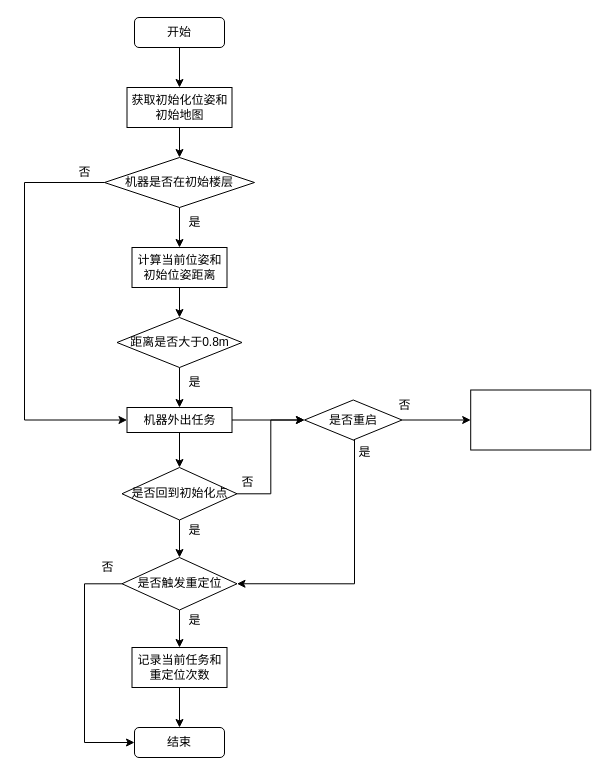
Above: page "重定位统计" (17 of 17) of localization.drawio in lyfa007/picgo (draw.io), before the change. Source tidied: cells renumbered, new cells numbered last; positions are measured from the earlier drawing's top-left corner, leaving out a move shared by most shapes. Both pictures are drawn from the tidied source at 100%, with x=0, y=0 at pixel (24, 17).
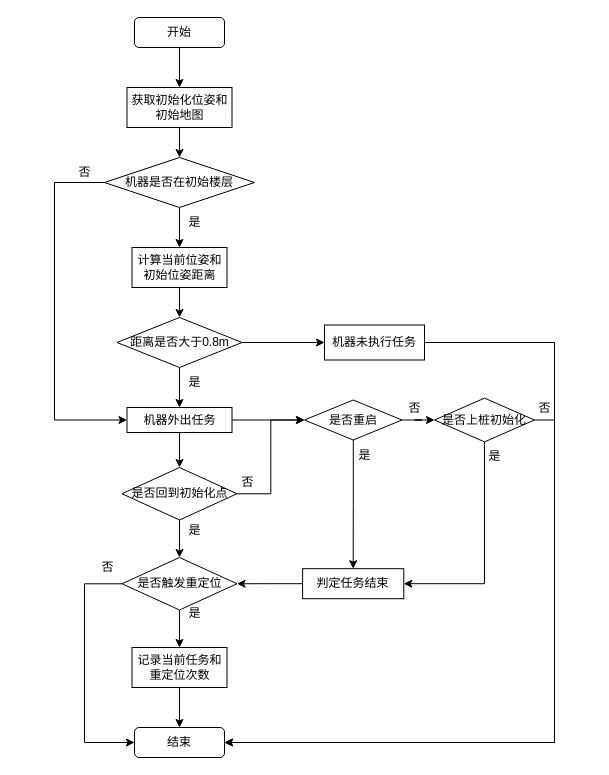
The same diagram, later.

The change refers to these unchanged cells:
```xml
<mxCell id="4" value="结束" style="rounded=1;whiteSpace=wrap;html=1;" parent="1" vertex="1">
  <mxGeometry x="110" y="710" width="90" height="30" as="geometry" />
</mxCell>
<mxCell id="9" value="机器是否在初始楼层" style="rhombus;whiteSpace=wrap;html=1;rounded=0;" parent="1" vertex="1">
  <mxGeometry x="80" y="140" width="150" height="50" as="geometry" />
</mxCell>
<mxCell id="13" value="距离是否大于0.8m" style="rhombus;whiteSpace=wrap;html=1;rounded=0;" parent="1" vertex="1">
  <mxGeometry x="92.5" y="300" width="125" height="50" as="geometry" />
</mxCell>
<mxCell id="17" value="机器外出任务" style="whiteSpace=wrap;html=1;rounded=0;" parent="1" vertex="1">
  <mxGeometry x="102.5" y="390" width="105" height="25" as="geometry" />
</mxCell>
<mxCell id="22" value="是否触发重定位" style="rhombus;whiteSpace=wrap;html=1;rounded=0;" parent="1" vertex="1">
  <mxGeometry x="97.5" y="540" width="115" height="52.5" as="geometry" />
</mxCell>
<mxCell id="33" value="是否重启" style="rhombus;whiteSpace=wrap;html=1;rounded=0;" parent="1" vertex="1">
  <mxGeometry x="280" y="382.5" width="97.5" height="40" as="geometry" />
</mxCell>
```

What changed in the source:
```diff
@@
     <mxCell id="8" style="edgeStyle=orthogonalEdgeStyle;rounded=0;jettySize=auto;html=1;entryX=0;entryY=0.5;entryDx=0;entryDy=0;" parent="1" edge="1" source="9" target="17">
       <mxGeometry relative="1" as="geometry">
         <Array as="points">
-          <mxPoint y="165" />
-          <mxPoint y="403" />
+          <mxPoint x="30" y="165" />
+          <mxPoint x="30" y="403" />
         </Array>
       </mxGeometry>
     </mxCell>
@@
+    <mxCell id="38" style="edgeStyle=orthogonalEdgeStyle;rounded=0;jettySize=auto;html=1;" parent="1" edge="1" source="13" target="49">
+      <mxGeometry relative="1" as="geometry" />
+    </mxCell>
@@
     <mxCell id="29" value="是" style="text;html=1;align=center;verticalAlign=middle;strokeColor=none;fillColor=none;" parent="1" vertex="1">
-      <mxGeometry x="150" y="588" width="40" height="30" as="geometry" />
+      <mxGeometry x="150" y="581.2" width="40" height="30" as="geometry" />
     </mxCell>
@@
-    <mxCell id="31" style="edgeStyle=orthogonalEdgeStyle;rounded=0;jettySize=auto;html=1;entryX=1;entryY=0.5;entryDx=0;entryDy=0;exitX=0.5;exitY=1;exitDx=0;exitDy=0;" parent="1" edge="1" source="33" target="22">
-      <mxGeometry relative="1" as="geometry">
-        <Array as="points">
-          <mxPoint x="330" y="423" />
-          <mxPoint x="330" y="566" />
-        </Array>
-      </mxGeometry>
-    </mxCell>
-    <mxCell id="32" style="edgeStyle=orthogonalEdgeStyle;rounded=0;jettySize=auto;html=1;" parent="1" edge="1" source="33" target="36">
-      <mxGeometry relative="1" as="geometry" />
-    </mxCell>
+    <mxCell id="39" style="edgeStyle=orthogonalEdgeStyle;rounded=0;jettySize=auto;html=1;" parent="1" edge="1" source="33" target="43">
+      <mxGeometry relative="1" as="geometry" />
+    </mxCell>
+    <mxCell id="40" style="edgeStyle=orthogonalEdgeStyle;rounded=0;jettySize=auto;html=1;" parent="1" edge="1" source="33" target="46">
+      <mxGeometry relative="1" as="geometry" />
+    </mxCell>
@@
     <mxCell id="35" value="是" style="text;html=1;align=center;verticalAlign=middle;strokeColor=none;fillColor=none;" parent="1" vertex="1">
-      <mxGeometry x="320" y="420" width="40" height="30" as="geometry" />
+      <mxGeometry x="320" y="422.5" width="40" height="30" as="geometry" />
     </mxCell>
-    <mxCell id="36" style="whiteSpace=wrap;html=1;rounded=0;" parent="1" vertex="1">
-      <mxGeometry x="446.2" y="372.5" width="120" height="60" as="geometry" />
-    </mxCell>
     <mxCell id="37" value="否" style="text;html=1;align=center;verticalAlign=middle;strokeColor=none;fillColor=none;" parent="1" vertex="1">
-      <mxGeometry x="360" y="372.5" width="40" height="30" as="geometry" />
+      <mxGeometry x="370" y="376.2" width="40" height="30" as="geometry" />
     </mxCell>
+    <mxCell id="41" style="edgeStyle=orthogonalEdgeStyle;rounded=0;jettySize=auto;html=1;entryX=1;entryY=0.5;entryDx=0;entryDy=0;" parent="1" edge="1" source="43" target="46">
+      <mxGeometry relative="1" as="geometry">
+        <Array as="points">
+          <mxPoint x="460" y="566" />
+        </Array>
+      </mxGeometry>
+    </mxCell>
+    <mxCell id="42" style="edgeStyle=orthogonalEdgeStyle;rounded=0;jettySize=auto;html=1;entryX=1;entryY=0.5;entryDx=0;entryDy=0;" parent="1" edge="1" source="43" target="4">
+      <mxGeometry relative="1" as="geometry">
+        <Array as="points">
+          <mxPoint x="530" y="403" />
+          <mxPoint x="530" y="725" />
+        </Array>
+      </mxGeometry>
+    </mxCell>
+    <mxCell id="43" value="是否上桩初始化" style="rhombus;whiteSpace=wrap;html=1;rounded=0;" parent="1" vertex="1">
+      <mxGeometry x="410" y="380.6" width="100" height="43.8" as="geometry" />
+    </mxCell>
+    <mxCell id="44" value="是" style="text;html=1;align=center;verticalAlign=middle;strokeColor=none;fillColor=none;" parent="1" vertex="1">
+      <mxGeometry x="450" y="424.4" width="40" height="30" as="geometry" />
+    </mxCell>
+    <mxCell id="45" style="edgeStyle=orthogonalEdgeStyle;rounded=0;jettySize=auto;html=1;entryX=1;entryY=0.5;entryDx=0;entryDy=0;" parent="1" edge="1" source="46" target="22">
+      <mxGeometry relative="1" as="geometry" />
+    </mxCell>
+    <mxCell id="46" value="判定任务结束" style="whiteSpace=wrap;html=1;rounded=0;" parent="1" vertex="1">
+      <mxGeometry x="278.1" y="551.2" width="101.2" height="30" as="geometry" />
+    </mxCell>
+    <mxCell id="47" value="否" style="text;html=1;align=center;verticalAlign=middle;strokeColor=none;fillColor=none;" parent="1" vertex="1">
+      <mxGeometry x="500" y="376.2" width="40" height="30" as="geometry" />
+    </mxCell>
+    <mxCell id="48" style="edgeStyle=orthogonalEdgeStyle;rounded=0;jettySize=auto;html=1;entryX=1;entryY=0.5;entryDx=0;entryDy=0;" parent="1" edge="1" source="49" target="4">
+      <mxGeometry relative="1" as="geometry">
+        <Array as="points">
+          <mxPoint x="530" y="325" />
+          <mxPoint x="530" y="725" />
+        </Array>
+      </mxGeometry>
+    </mxCell>
+    <mxCell id="49" value="机器未执行任务" style="whiteSpace=wrap;html=1;rounded=0;" parent="1" vertex="1">
+      <mxGeometry x="300" y="307.5" width="100" height="35" as="geometry" />
+    </mxCell>
```
